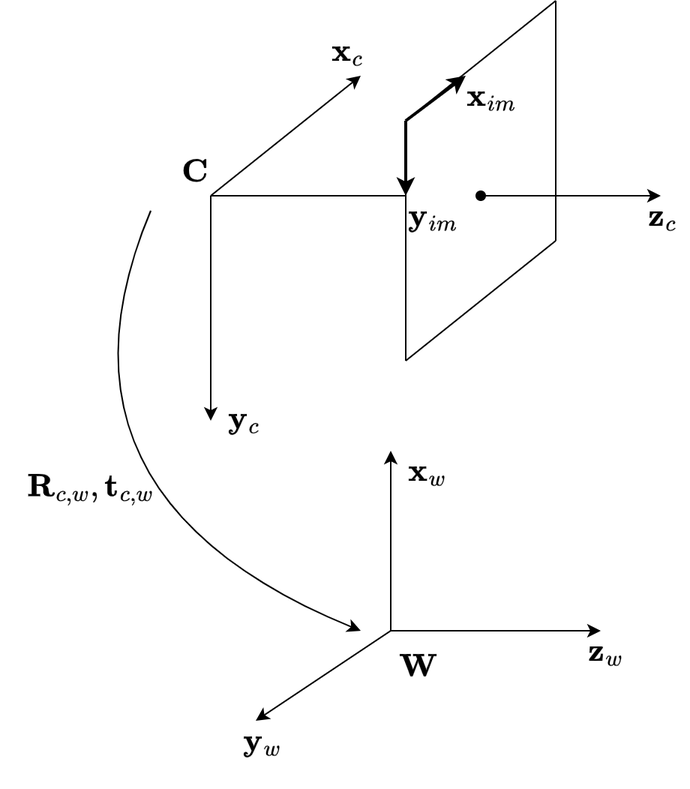
ect-info/percepcao_robotica keeps this draw.io diagram as notebooks/25_projecao_perspectiva/involved_coordinates_systems.png. Above is the earlier version. Source tidied: cells renumbered, new cells last; positions are measured from the earlier drawing's top-left corner, leaving out a move shared by most shapes.
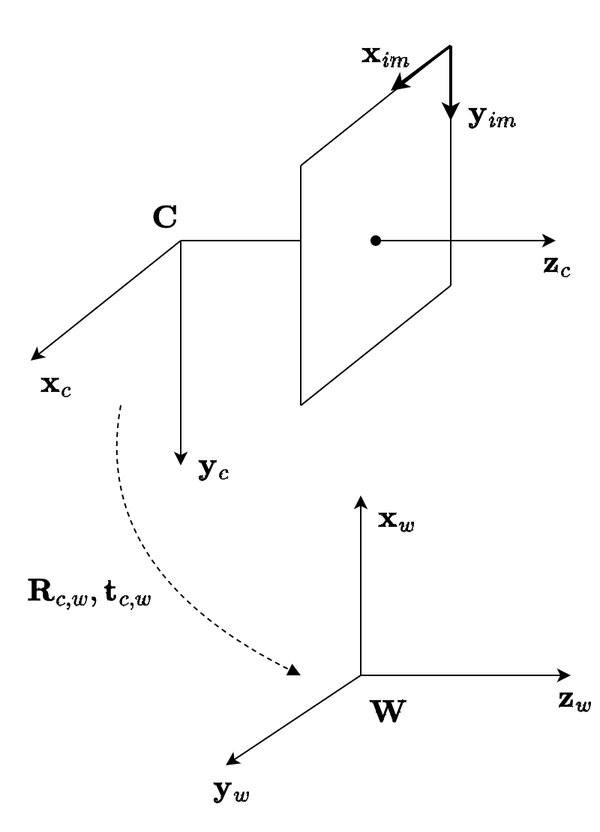
After the change.

Diff of the diagram source:
```diff
@@ -8,40 +8,40 @@
         <mxPoint x="140" y="280" as="targetPoint" />
       </mxGeometry>
     </mxCell>
-    <mxCell id="3" style="endArrow=classic;html=1;rounded=0;" parent="1" edge="1">
+    <mxCell id="3" style="endArrow=none;html=1;rounded=0;startArrow=classic;startFill=1;endFill=0;" parent="1" edge="1">
       <mxGeometry relative="1" as="geometry">
-        <mxPoint x="140" y="130" as="sourcePoint" />
-        <mxPoint x="240" y="50" as="targetPoint" />
+        <mxPoint x="40" y="210" as="sourcePoint" />
+        <mxPoint x="140" y="130" as="targetPoint" />
       </mxGeometry>
     </mxCell>
     <mxCell id="4" style="endArrow=none;html=1;rounded=0;" parent="1" edge="1">
       <mxGeometry relative="1" as="geometry">
         <mxPoint x="140" y="130" as="sourcePoint" />
-        <mxPoint x="270" y="130" as="targetPoint" />
+        <mxPoint x="220" y="130" as="targetPoint" />
       </mxGeometry>
     </mxCell>
     <mxCell id="5" style="endArrow=none;html=1;rounded=0;" parent="1" edge="1">
       <mxGeometry relative="1" as="geometry">
-        <mxPoint x="270" y="240" as="sourcePoint" />
-        <mxPoint x="270" y="80" as="targetPoint" />
+        <mxPoint x="220" y="240" as="sourcePoint" />
+        <mxPoint x="220" y="80" as="targetPoint" />
       </mxGeometry>
     </mxCell>
     <mxCell id="6" style="endArrow=none;html=1;rounded=0;" parent="1" edge="1">
       <mxGeometry relative="1" as="geometry">
-        <mxPoint x="270" y="80" as="sourcePoint" />
-        <mxPoint x="370" as="targetPoint" />
+        <mxPoint x="220" y="80" as="sourcePoint" />
+        <mxPoint x="320" as="targetPoint" />
       </mxGeometry>
     </mxCell>
     <mxCell id="7" style="endArrow=none;html=1;rounded=0;" parent="1" edge="1">
       <mxGeometry relative="1" as="geometry">
-        <mxPoint x="270" y="240" as="sourcePoint" />
-        <mxPoint x="370" y="160" as="targetPoint" />
+        <mxPoint x="220" y="240" as="sourcePoint" />
+        <mxPoint x="320" y="160" as="targetPoint" />
       </mxGeometry>
     </mxCell>
     <mxCell id="8" style="endArrow=none;html=1;rounded=0;" parent="1" edge="1">
       <mxGeometry relative="1" as="geometry">
-        <mxPoint x="370" y="160" as="sourcePoint" />
-        <mxPoint x="370" as="targetPoint" />
+        <mxPoint x="320" y="160" as="sourcePoint" />
+        <mxPoint x="320" as="targetPoint" />
       </mxGeometry>
     </mxCell>
     <mxCell id="9" value="$$\mathbf{C}$$" style="text;html=1;strokeColor=none;fillColor=none;align=center;verticalAlign=middle;whiteSpace=wrap;rounded=0;fontSize=18;" parent="1" vertex="1">
@@ -49,8 +49,8 @@
     </mxCell>
     <mxCell id="10" style="endArrow=classic;html=1;rounded=0;startArrow=oval;startFill=1;" parent="1" edge="1">
       <mxGeometry relative="1" as="geometry">
-        <mxPoint x="320" y="130" as="sourcePoint" />
-        <mxPoint x="440" y="130" as="targetPoint" />
+        <mxPoint x="270" y="130" as="sourcePoint" />
+        <mxPoint x="390" y="130" as="targetPoint" />
       </mxGeometry>
     </mxCell>
     <mxCell id="11" style="endArrow=classic;html=1;rounded=0;" parent="1" edge="1">
@@ -72,13 +72,13 @@
       </mxGeometry>
     </mxCell>
     <mxCell id="14" value="&lt;span style=&quot;color: rgb(0, 0, 0); font-family: Helvetica; font-size: 18px; font-style: normal; font-variant-ligatures: normal; font-variant-caps: normal; font-weight: 400; letter-spacing: normal; orphans: 2; text-align: center; text-indent: 0px; text-transform: none; widows: 2; word-spacing: 0px; -webkit-text-stroke-width: 0px; background-color: rgb(251, 251, 251); text-decoration-thickness: initial; text-decoration-style: initial; text-decoration-color: initial; float: none; display: inline !important;&quot;&gt;$$\mathbf{x}_c$$&lt;/span&gt;" style="text;whiteSpace=wrap;html=1;" parent="1" vertex="1">
-      <mxGeometry x="219" width="30" height="40" as="geometry" />
+      <mxGeometry x="45" y="190" width="30" height="40" as="geometry" />
     </mxCell>
     <mxCell id="15" value="&lt;span style=&quot;color: rgb(0, 0, 0); font-family: Helvetica; font-size: 18px; font-style: normal; font-variant-ligatures: normal; font-variant-caps: normal; font-weight: 400; letter-spacing: normal; orphans: 2; text-align: center; text-indent: 0px; text-transform: none; widows: 2; word-spacing: 0px; -webkit-text-stroke-width: 0px; background-color: rgb(251, 251, 251); text-decoration-thickness: initial; text-decoration-style: initial; text-decoration-color: initial; float: none; display: inline !important;&quot;&gt;$$\mathbf{y}_c$$&lt;/span&gt;" style="text;whiteSpace=wrap;html=1;" parent="1" vertex="1">
       <mxGeometry x="150" y="245" width="30" height="40" as="geometry" />
     </mxCell>
     <mxCell id="16" value="&lt;span style=&quot;color: rgb(0, 0, 0); font-family: Helvetica; font-size: 18px; font-style: normal; font-variant-ligatures: normal; font-variant-caps: normal; font-weight: 400; letter-spacing: normal; orphans: 2; text-align: center; text-indent: 0px; text-transform: none; widows: 2; word-spacing: 0px; -webkit-text-stroke-width: 0px; background-color: rgb(251, 251, 251); text-decoration-thickness: initial; text-decoration-style: initial; text-decoration-color: initial; float: none; display: inline !important;&quot;&gt;$$\mathbf{z}_c$$&lt;/span&gt;" style="text;whiteSpace=wrap;html=1;" parent="1" vertex="1">
-      <mxGeometry x="430" y="110" width="30" height="40" as="geometry" />
+      <mxGeometry x="380" y="110" width="30" height="40" as="geometry" />
     </mxCell>
     <mxCell id="17" value="&lt;span style=&quot;color: rgb(0, 0, 0); font-family: Helvetica; font-size: 18px; font-style: normal; font-variant-ligatures: normal; font-variant-caps: normal; font-weight: 400; letter-spacing: normal; orphans: 2; text-align: center; text-indent: 0px; text-transform: none; widows: 2; word-spacing: 0px; -webkit-text-stroke-width: 0px; background-color: rgb(251, 251, 251); text-decoration-thickness: initial; text-decoration-style: initial; text-decoration-color: initial; float: none; display: inline !important;&quot;&gt;$$\mathbf{x}_w$$&lt;/span&gt;" style="text;whiteSpace=wrap;html=1;" parent="1" vertex="1">
       <mxGeometry x="270" y="280" width="30" height="40" as="geometry" />
@@ -92,35 +92,35 @@
     <mxCell id="20" value="$$\mathbf{W}$$" style="text;html=1;strokeColor=none;fillColor=none;align=center;verticalAlign=middle;whiteSpace=wrap;rounded=0;fontSize=18;" parent="1" vertex="1">
       <mxGeometry x="249" y="430" width="60" height="30" as="geometry" />
     </mxCell>
-    <mxCell id="21" style="curved=1;endArrow=classic;html=1;rounded=0;" parent="1" edge="1">
+    <mxCell id="21" style="curved=1;endArrow=block;html=1;rounded=0;endFill=1;dashed=1;" parent="1" edge="1">
       <mxGeometry relative="1" as="geometry">
-        <mxPoint x="100" y="140" as="sourcePoint" />
-        <mxPoint x="240" y="420" as="targetPoint" />
+        <mxPoint x="100" y="240" as="sourcePoint" />
+        <mxPoint x="220" y="420" as="targetPoint" />
         <Array as="points">
-          <mxPoint x="20" y="330" />
+          <mxPoint x="80" y="350" />
         </Array>
       </mxGeometry>
     </mxCell>
     <mxCell id="22" value="$$\mathbf{R}_{c,w},\mathbf{t}_{c,w}&lt;br&gt;$$" style="text;html=1;strokeColor=none;fillColor=none;align=center;verticalAlign=middle;whiteSpace=wrap;rounded=0;fontSize=18;" parent="1" vertex="1">
-      <mxGeometry y="310" width="120" height="30" as="geometry" />
+      <mxGeometry x="20" y="350" width="120" height="30" as="geometry" />
     </mxCell>
     <mxCell id="23" style="endArrow=classic;html=1;rounded=0;strokeWidth=2;" parent="1" edge="1">
       <mxGeometry relative="1" as="geometry">
-        <mxPoint x="270" y="80" as="sourcePoint" />
-        <mxPoint x="270" y="130" as="targetPoint" />
+        <mxPoint x="320" as="sourcePoint" />
+        <mxPoint x="320" y="50" as="targetPoint" />
       </mxGeometry>
     </mxCell>
-    <mxCell id="24" style="endArrow=classic;html=1;rounded=0;strokeWidth=2;" parent="1" edge="1">
+    <mxCell id="24" style="endArrow=none;html=1;rounded=0;strokeWidth=2;startArrow=classic;startFill=1;endFill=0;" parent="1" edge="1">
       <mxGeometry relative="1" as="geometry">
-        <mxPoint x="270" y="80" as="sourcePoint" />
-        <mxPoint x="310" y="50" as="targetPoint" />
+        <mxPoint x="280" y="30" as="sourcePoint" />
+        <mxPoint x="320" as="targetPoint" />
       </mxGeometry>
     </mxCell>
     <mxCell id="25" value="&lt;span style=&quot;color: rgb(0, 0, 0); font-family: Helvetica; font-size: 18px; font-style: normal; font-variant-ligatures: normal; font-variant-caps: normal; font-weight: 400; letter-spacing: normal; orphans: 2; text-align: center; text-indent: 0px; text-transform: none; widows: 2; word-spacing: 0px; -webkit-text-stroke-width: 0px; background-color: rgb(251, 251, 251); text-decoration-thickness: initial; text-decoration-style: initial; text-decoration-color: initial; float: none; display: inline !important;&quot;&gt;$$\mathbf{y}_{im}$$&lt;/span&gt;" style="text;whiteSpace=wrap;html=1;" parent="1" vertex="1">
-      <mxGeometry x="270" y="110" width="30" height="40" as="geometry" />
+      <mxGeometry x="330" y="10" width="30" height="40" as="geometry" />
     </mxCell>
     <mxCell id="26" value="&lt;span style=&quot;color: rgb(0, 0, 0); font-family: Helvetica; font-size: 18px; font-style: normal; font-variant-ligatures: normal; font-variant-caps: normal; font-weight: 400; letter-spacing: normal; orphans: 2; text-align: center; text-indent: 0px; text-transform: none; widows: 2; word-spacing: 0px; -webkit-text-stroke-width: 0px; background-color: rgb(251, 251, 251); text-decoration-thickness: initial; text-decoration-style: initial; text-decoration-color: initial; float: none; display: inline !important;&quot;&gt;$$\mathbf{x}_{im}$$&lt;/span&gt;" style="text;whiteSpace=wrap;html=1;" parent="1" vertex="1">
-      <mxGeometry x="309" y="30" width="30" height="40" as="geometry" />
+      <mxGeometry x="259" y="-30" width="30" height="40" as="geometry" />
     </mxCell>
   </root>
 </mxGraphModel>
```
